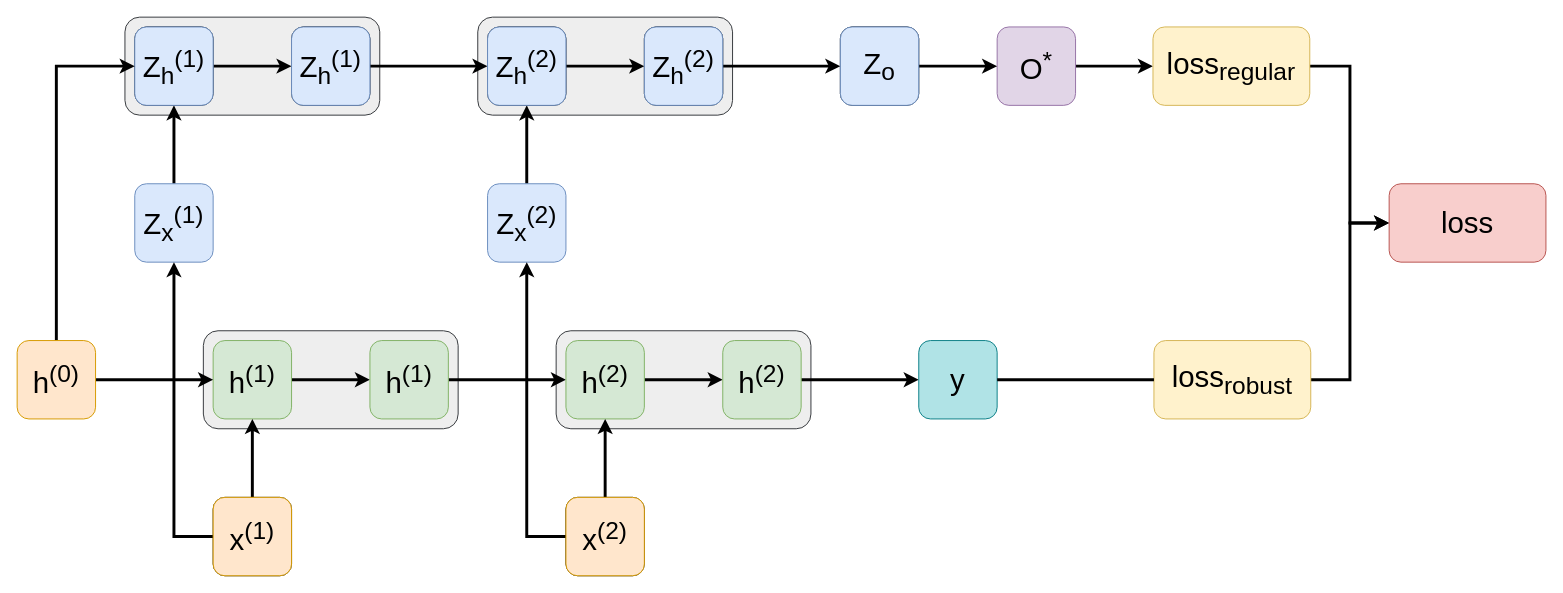
Above: CCS2.drawio in Student2Pro/vnncomp2021 (draw.io), before the change. Source tidied: cells renumbered, new cells numbered last; positions are measured from the earlier drawing's top-left corner, leaving out a move shared by most shapes. Both pictures are drawn from the tidied source at 98%, with x=0, y=0 at pixel (17, 17).
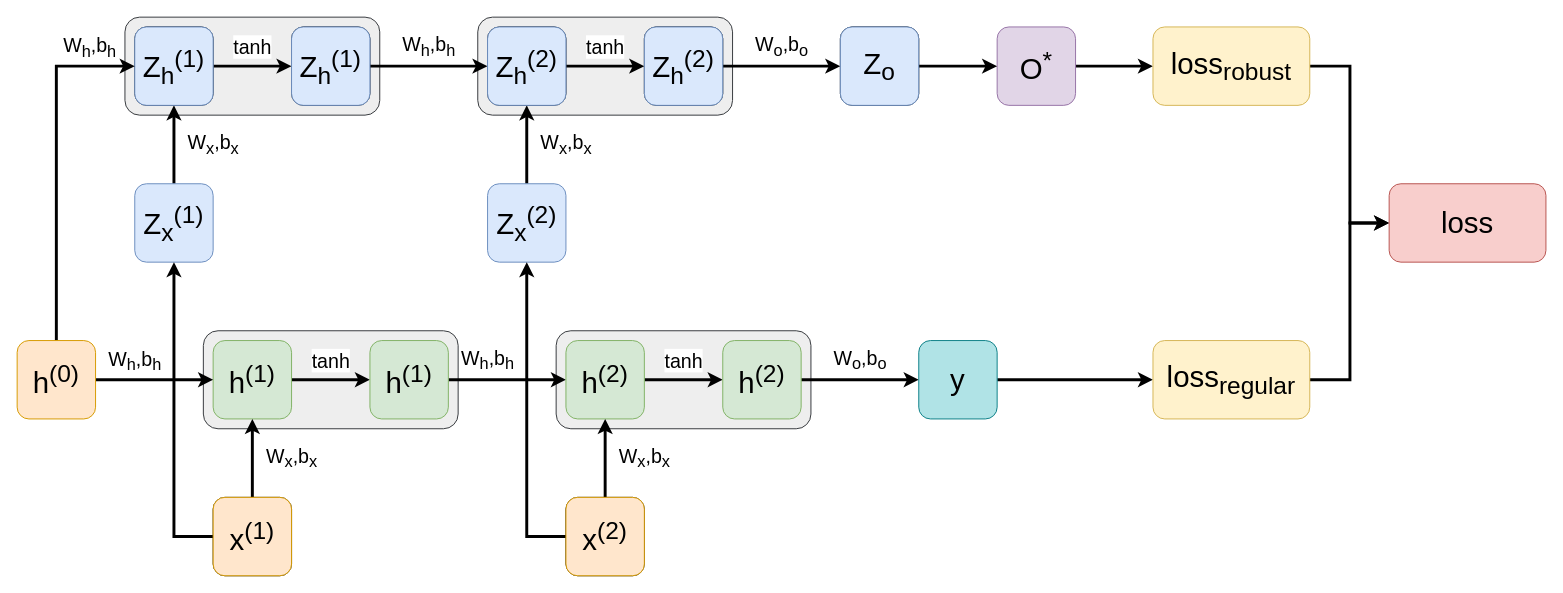
After the change.

The change refers to these unchanged cells:
```xml
<mxCell id="11" style="rounded=1;whiteSpace=wrap;html=1;" parent="1" vertex="1">
  <mxGeometry x="120" y="10" width="80" height="80" as="geometry" />
</mxCell>
<mxCell id="13" style="rounded=1;whiteSpace=wrap;html=1;" parent="1" vertex="1">
  <mxGeometry x="280" y="10" width="80" height="80" as="geometry" />
</mxCell>
<mxCell id="15" value="&lt;font style=&quot;font-size: 30px&quot;&gt;Z&lt;sub&gt;x&lt;/sub&gt;&lt;sup&gt;(1)&lt;/sup&gt;&lt;/font&gt;" style="rounded=1;whiteSpace=wrap;html=1;fillColor=#dae8fc;strokeColor=#6c8ebf;" parent="1" vertex="1">
  <mxGeometry x="120" y="170" width="80" height="80" as="geometry" />
</mxCell>
<mxCell id="17" style="rounded=1;whiteSpace=wrap;html=1;" parent="1" vertex="1">
  <mxGeometry x="480" y="10" width="80" height="80" as="geometry" />
</mxCell>
<mxCell id="19" style="rounded=1;whiteSpace=wrap;html=1;" parent="1" vertex="1">
  <mxGeometry x="640" y="10" width="80" height="80" as="geometry" />
</mxCell>
<mxCell id="21" value="&lt;font style=&quot;font-size: 30px&quot;&gt;Z&lt;sub&gt;x&lt;/sub&gt;&lt;sup&gt;(2)&lt;/sup&gt;&lt;/font&gt;" style="rounded=1;whiteSpace=wrap;html=1;fillColor=#dae8fc;strokeColor=#6c8ebf;" parent="1" vertex="1">
  <mxGeometry x="480" y="170" width="80" height="80" as="geometry" />
</mxCell>
<mxCell id="23" style="rounded=1;whiteSpace=wrap;html=1;" parent="1" vertex="1">
  <mxGeometry x="840" y="10" width="80" height="80" as="geometry" />
</mxCell>
<mxCell id="32" value="&lt;font style=&quot;font-size: 30px&quot;&gt;h&lt;sup&gt;(1)&lt;/sup&gt;&lt;/font&gt;" style="rounded=1;whiteSpace=wrap;html=1;fillColor=#d5e8d4;strokeColor=#82b366;" parent="1" vertex="1">
  <mxGeometry x="200" y="330" width="80" height="80" as="geometry" />
</mxCell>
<mxCell id="34" value="&lt;font style=&quot;font-size: 30px&quot;&gt;h&lt;sup&gt;(1)&lt;/sup&gt;&lt;/font&gt;" style="rounded=1;whiteSpace=wrap;html=1;fillColor=#d5e8d4;strokeColor=#82b366;" parent="1" vertex="1">
  <mxGeometry x="360" y="330" width="80" height="80" as="geometry" />
</mxCell>
<mxCell id="36" style="rounded=1;whiteSpace=wrap;html=1;" parent="1" vertex="1">
  <mxGeometry x="200" y="490" width="80" height="80" as="geometry" />
</mxCell>
<mxCell id="38" value="&lt;font style=&quot;font-size: 30px&quot;&gt;h&lt;sup&gt;(2)&lt;/sup&gt;&lt;/font&gt;" style="rounded=1;whiteSpace=wrap;html=1;fillColor=#d5e8d4;strokeColor=#82b366;" parent="1" vertex="1">
  <mxGeometry x="560" y="330" width="80" height="80" as="geometry" />
</mxCell>
<mxCell id="40" value="&lt;font style=&quot;font-size: 30px&quot;&gt;h&lt;sup&gt;(2)&lt;/sup&gt;&lt;/font&gt;" style="rounded=1;whiteSpace=wrap;html=1;fillColor=#d5e8d4;strokeColor=#82b366;" parent="1" vertex="1">
  <mxGeometry x="720" y="330" width="80" height="80" as="geometry" />
</mxCell>
<mxCell id="42" style="rounded=1;whiteSpace=wrap;html=1;" parent="1" vertex="1">
  <mxGeometry x="560" y="490" width="80" height="80" as="geometry" />
</mxCell>
<mxCell id="44" value="&lt;font style=&quot;font-size: 30px&quot;&gt;y&lt;/font&gt;" style="rounded=1;whiteSpace=wrap;html=1;fillColor=#b0e3e6;strokeColor=#0e8088;" parent="1" vertex="1">
  <mxGeometry x="920" y="330" width="80" height="80" as="geometry" />
</mxCell>
<mxCell id="46" style="edgeStyle=orthogonalEdgeStyle;rounded=0;jettySize=auto;html=1;fontSize=22;strokeWidth=3;" parent="1" edge="1" source="47" target="24">
  <mxGeometry relative="1" as="geometry">
    <Array as="points">
      <mxPoint x="40" y="50" />
    </Array>
  </mxGeometry>
</mxCell>
<mxCell id="47" value="&lt;font style=&quot;font-size: 30px&quot;&gt;h&lt;sup&gt;(0)&lt;/sup&gt;&lt;/font&gt;" style="rounded=1;whiteSpace=wrap;html=1;fillColor=#ffe6cc;strokeColor=#d79b00;" parent="1" vertex="1">
  <mxGeometry y="330" width="80" height="80" as="geometry" />
</mxCell>
```

Change to the diagram source:
```diff
@@
-    <mxCell id="8" value="&lt;font style=&quot;font-size: 30px&quot;&gt;loss&lt;sub&gt;regular&lt;/sub&gt;&lt;/font&gt;" style="rounded=1;whiteSpace=wrap;html=1;fillColor=#fff2cc;strokeColor=#d6b656;" parent="1" vertex="1">
+    <mxCell id="8" value="&lt;font style=&quot;font-size: 30px&quot;&gt;loss&lt;sub&gt;robust&lt;/sub&gt;&lt;/font&gt;" style="rounded=1;whiteSpace=wrap;html=1;fillColor=#fff2cc;strokeColor=#d6b656;" parent="1" vertex="1">
       <mxGeometry x="1159" y="10" width="160" height="80" as="geometry" />
     </mxCell>
@@
-    <mxCell id="10" style="edgeStyle=orthogonalEdgeStyle;rounded=0;jettySize=auto;html=1;strokeWidth=3;" parent="1" edge="1" source="11" target="13">
-      <mxGeometry relative="1" as="geometry" />
+    <mxCell id="10" value="&lt;font style=&quot;font-size: 20px&quot;&gt;tanh&lt;/font&gt;" style="edgeStyle=orthogonalEdgeStyle;rounded=0;jettySize=auto;html=1;strokeWidth=3;" parent="1" edge="1" source="11" target="13">
+      <mxGeometry y="20" relative="1" as="geometry" />
     </mxCell>
@@
-    <mxCell id="12" style="edgeStyle=orthogonalEdgeStyle;rounded=0;jettySize=auto;html=1;strokeWidth=3;" parent="1" edge="1" source="13" target="17">
-      <mxGeometry relative="1" as="geometry" />
+    <mxCell id="12" value="&lt;font style=&quot;font-size: 20px&quot;&gt;W&lt;sub&gt;h&lt;/sub&gt;,b&lt;sub&gt;h&lt;/sub&gt;&lt;/font&gt;" style="edgeStyle=orthogonalEdgeStyle;rounded=0;jettySize=auto;html=1;strokeWidth=3;" parent="1" edge="1" source="13" target="17">
+      <mxGeometry y="20" relative="1" as="geometry" />
     </mxCell>
@@
-    <mxCell id="14" style="edgeStyle=orthogonalEdgeStyle;rounded=0;jettySize=auto;html=1;strokeWidth=3;" parent="1" edge="1" source="15" target="11">
-      <mxGeometry relative="1" as="geometry" />
+    <mxCell id="14" value="&lt;font style=&quot;font-size: 20px&quot;&gt;W&lt;sub&gt;x&lt;/sub&gt;,b&lt;sub&gt;x&lt;/sub&gt;&lt;/font&gt;" style="edgeStyle=orthogonalEdgeStyle;rounded=0;jettySize=auto;html=1;strokeWidth=3;" parent="1" edge="1" source="15" target="11">
+      <mxGeometry y="-40" relative="1" as="geometry" />
     </mxCell>
@@
-    <mxCell id="16" style="edgeStyle=orthogonalEdgeStyle;rounded=0;jettySize=auto;html=1;strokeWidth=3;" parent="1" edge="1" source="17" target="19">
-      <mxGeometry relative="1" as="geometry" />
+    <mxCell id="16" value="&lt;font style=&quot;font-size: 20px&quot;&gt;tanh&lt;/font&gt;" style="edgeStyle=orthogonalEdgeStyle;rounded=0;jettySize=auto;html=1;strokeWidth=3;" parent="1" edge="1" source="17" target="19">
+      <mxGeometry y="20" relative="1" as="geometry" />
     </mxCell>
@@
-    <mxCell id="18" style="edgeStyle=orthogonalEdgeStyle;rounded=0;jettySize=auto;html=1;strokeWidth=3;" parent="1" edge="1" source="19" target="23">
-      <mxGeometry relative="1" as="geometry" />
+    <mxCell id="18" value="&lt;font style=&quot;font-size: 20px&quot;&gt;W&lt;sub&gt;o&lt;/sub&gt;,b&lt;sub&gt;o&lt;/sub&gt;&lt;/font&gt;" style="edgeStyle=orthogonalEdgeStyle;rounded=0;jettySize=auto;html=1;strokeWidth=3;" parent="1" edge="1" source="19" target="23">
+      <mxGeometry y="20" relative="1" as="geometry" />
     </mxCell>
@@
-    <mxCell id="20" style="edgeStyle=orthogonalEdgeStyle;rounded=0;jettySize=auto;html=1;strokeWidth=3;" parent="1" edge="1" source="21" target="17">
-      <mxGeometry relative="1" as="geometry" />
+    <mxCell id="20" value="&lt;font style=&quot;font-size: 20px&quot;&gt;W&lt;sub&gt;x&lt;/sub&gt;,b&lt;sub&gt;x&lt;/sub&gt;&lt;/font&gt;" style="edgeStyle=orthogonalEdgeStyle;rounded=0;jettySize=auto;html=1;strokeWidth=3;" parent="1" edge="1" source="21" target="17">
+      <mxGeometry y="-40" relative="1" as="geometry" />
     </mxCell>
@@
-    <mxCell id="31" style="edgeStyle=orthogonalEdgeStyle;rounded=0;jettySize=auto;html=1;strokeWidth=3;" parent="1" edge="1" source="32" target="34">
-      <mxGeometry relative="1" as="geometry" />
+    <mxCell id="31" value="&lt;font style=&quot;font-size: 20px&quot;&gt;tanh&lt;/font&gt;" style="edgeStyle=orthogonalEdgeStyle;rounded=0;jettySize=auto;html=1;strokeWidth=3;" parent="1" edge="1" source="32" target="34">
+      <mxGeometry y="20" relative="1" as="geometry" />
     </mxCell>
@@
-    <mxCell id="33" style="edgeStyle=orthogonalEdgeStyle;rounded=0;jettySize=auto;html=1;strokeWidth=3;" parent="1" edge="1" source="34" target="38">
-      <mxGeometry relative="1" as="geometry" />
+    <mxCell id="33" value="&lt;font style=&quot;font-size: 20px&quot;&gt;W&lt;sub&gt;h&lt;/sub&gt;,b&lt;sub&gt;h&lt;/sub&gt;&lt;/font&gt;" style="edgeStyle=orthogonalEdgeStyle;rounded=0;jettySize=auto;html=1;strokeWidth=3;" parent="1" edge="1" source="34" target="38">
+      <mxGeometry x="-0.33" y="20" relative="1" as="geometry" />
     </mxCell>
@@
-    <mxCell id="35" style="edgeStyle=orthogonalEdgeStyle;rounded=0;jettySize=auto;html=1;strokeWidth=3;" parent="1" edge="1" source="36" target="32">
-      <mxGeometry relative="1" as="geometry" />
+    <mxCell id="35" value="&lt;font style=&quot;font-size: 20px&quot;&gt;W&lt;sub&gt;x&lt;/sub&gt;,b&lt;sub&gt;x&lt;/sub&gt;&lt;/font&gt;" style="edgeStyle=orthogonalEdgeStyle;rounded=0;jettySize=auto;html=1;strokeWidth=3;" parent="1" edge="1" source="36" target="32">
+      <mxGeometry y="-40" relative="1" as="geometry" />
     </mxCell>
@@
-    <mxCell id="37" style="edgeStyle=orthogonalEdgeStyle;rounded=0;jettySize=auto;html=1;strokeWidth=3;" parent="1" edge="1" source="38" target="40">
-      <mxGeometry relative="1" as="geometry" />
+    <mxCell id="37" value="&lt;font style=&quot;font-size: 20px&quot;&gt;tanh&lt;/font&gt;" style="edgeStyle=orthogonalEdgeStyle;rounded=0;jettySize=auto;html=1;strokeWidth=3;" parent="1" edge="1" source="38" target="40">
+      <mxGeometry y="20" relative="1" as="geometry" />
     </mxCell>
@@
-    <mxCell id="39" style="edgeStyle=orthogonalEdgeStyle;rounded=0;jettySize=auto;html=1;strokeWidth=3;" parent="1" edge="1" source="40" target="44">
-      <mxGeometry relative="1" as="geometry" />
+    <mxCell id="39" value="&lt;font style=&quot;font-size: 20px&quot;&gt;W&lt;sub&gt;o&lt;/sub&gt;,b&lt;sub&gt;o&lt;/sub&gt;&lt;/font&gt;" style="edgeStyle=orthogonalEdgeStyle;rounded=0;jettySize=auto;html=1;strokeWidth=3;" parent="1" edge="1" source="40" target="44">
+      <mxGeometry y="20" relative="1" as="geometry" />
     </mxCell>
@@
-    <mxCell id="41" style="edgeStyle=orthogonalEdgeStyle;rounded=0;jettySize=auto;html=1;strokeWidth=3;" parent="1" edge="1" source="42" target="38">
-      <mxGeometry relative="1" as="geometry" />
+    <mxCell id="41" value="&lt;font style=&quot;font-size: 20px&quot;&gt;W&lt;sub&gt;x&lt;/sub&gt;,b&lt;sub&gt;x&lt;/sub&gt;&lt;/font&gt;" style="edgeStyle=orthogonalEdgeStyle;rounded=0;jettySize=auto;html=1;strokeWidth=3;" parent="1" edge="1" source="42" target="38">
+      <mxGeometry y="-40" relative="1" as="geometry" />
     </mxCell>
@@
-    <mxCell id="43" style="edgeStyle=orthogonalEdgeStyle;rounded=0;jettySize=auto;html=1;strokeWidth=3;startArrow=none;exitX=1;exitY=0.5;exitDx=0;exitDy=0;" parent="1" edge="1" source="52">
-      <mxGeometry relative="1" as="geometry">
-        <mxPoint x="1320" y="370" as="targetPoint" />
-      </mxGeometry>
-    </mxCell>
+    <mxCell id="53" style="edgeStyle=orthogonalEdgeStyle;rounded=0;jettySize=auto;html=1;fontSize=30;strokeWidth=3;" parent="1" edge="1" source="44" target="52">
+      <mxGeometry relative="1" as="geometry" />
+    </mxCell>
@@
-    <mxCell id="45" style="edgeStyle=orthogonalEdgeStyle;rounded=0;jettySize=auto;html=1;fontSize=22;strokeWidth=3;exitX=1;exitY=0.5;exitDx=0;exitDy=0;" parent="1" edge="1" source="47" target="32">
-      <mxGeometry relative="1" as="geometry" />
+    <mxCell id="45" value="&lt;font style=&quot;font-size: 20px&quot;&gt;W&lt;sub&gt;h&lt;/sub&gt;,b&lt;sub&gt;h&lt;/sub&gt;&lt;/font&gt;" style="edgeStyle=orthogonalEdgeStyle;rounded=0;jettySize=auto;html=1;fontSize=22;strokeWidth=3;exitX=1;exitY=0.5;exitDx=0;exitDy=0;" parent="1" edge="1" source="47" target="32">
+      <mxGeometry x="-0.33" y="20" relative="1" as="geometry" />
     </mxCell>
@@
+    <mxCell id="54" value="&lt;font style=&quot;font-size: 20px&quot;&gt;W&lt;sub&gt;h&lt;/sub&gt;,b&lt;sub&gt;h&lt;/sub&gt;&lt;/font&gt;" style="edgeLabel;html=1;align=center;verticalAlign=middle;fontSize=20;" parent="46" vertex="1">
+      <mxGeometry x="0.74" y="1" relative="1" as="geometry">
+        <mxPoint y="-19" as="offset" />
+      </mxGeometry>
+    </mxCell>
@@
-    <mxCell id="52" value="&lt;font style=&quot;font-size: 30px&quot;&gt;loss&lt;sub&gt;robust&lt;/sub&gt;&lt;/font&gt;" style="rounded=1;whiteSpace=wrap;html=1;fillColor=#fff2cc;strokeColor=#d6b656;" parent="1" vertex="1">
-      <mxGeometry x="1160" y="330" width="160" height="80" as="geometry" />
+    <mxCell id="52" value="&lt;font style=&quot;font-size: 30px&quot;&gt;loss&lt;sub&gt;regular&lt;/sub&gt;&lt;/font&gt;" style="rounded=1;whiteSpace=wrap;html=1;fillColor=#fff2cc;strokeColor=#d6b656;" parent="1" vertex="1">
+      <mxGeometry x="1159" y="330" width="160" height="80" as="geometry" />
     </mxCell>
-    <mxCell id="53" style="edgeStyle=orthogonalEdgeStyle;rounded=0;jettySize=auto;html=1;strokeWidth=3;endArrow=none;" parent="1" edge="1" source="44" target="52">
-      <mxGeometry relative="1" as="geometry" />
-    </mxCell>
```
